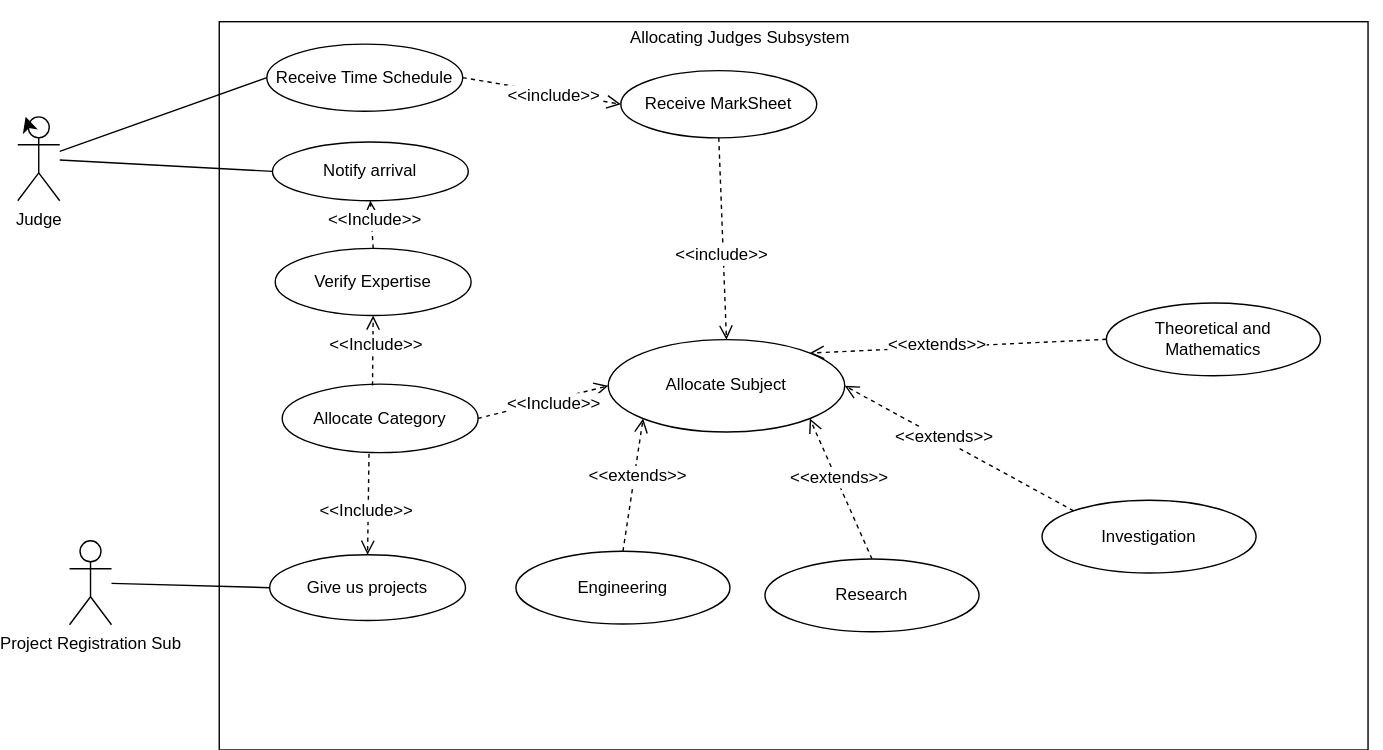
Earlier version of the draw.io export Untitled Diagram.drawio.svg (Sholo123/Sholo123). Source tidied: cells renumbered, new cells last; positions are measured from the earlier drawing's top-left corner, leaving out a move shared by most shapes. Its diagram source:
```xml
<mxGraphModel>
  <root>
    <mxCell id="0" />
    <mxCell id="1" parent="0" />
    <mxCell id="2" style="rounded=0;whiteSpace=wrap;html=1;" parent="1" vertex="1">
      <mxGeometry x="144" y="15" width="821" height="520.5" as="geometry" />
    </mxCell>
    <mxCell id="3" value="Allocating Judges Subsystem" style="text;html=1;align=center;verticalAlign=middle;whiteSpace=wrap;rounded=0;" parent="1" vertex="1">
      <mxGeometry x="413" width="207" height="54" as="geometry" />
    </mxCell>
    <mxCell id="4" value="Judge" style="shape=umlActor;verticalLabelPosition=bottom;verticalAlign=top;html=1;outlineConnect=0;" parent="1" vertex="1">
      <mxGeometry y="83" width="30" height="60" as="geometry" />
    </mxCell>
    <mxCell id="5" value="Notify arrival" style="ellipse;whiteSpace=wrap;html=1;" parent="1" vertex="1">
      <mxGeometry x="182" y="101" width="140" height="42" as="geometry" />
    </mxCell>
    <mxCell id="6" value="Verify Expertise" style="ellipse;whiteSpace=wrap;html=1;" parent="1" vertex="1">
      <mxGeometry x="184" y="177" width="140" height="48" as="geometry" />
    </mxCell>
    <mxCell id="7" style="edgeStyle=none;curved=1;rounded=0;orthogonalLoop=1;jettySize=auto;html=1;exitX=0.5;exitY=0;exitDx=0;exitDy=0;fontSize=12;startSize=8;endSize=8;" parent="1" edge="1" source="6" target="6">
      <mxGeometry relative="1" as="geometry" />
    </mxCell>
    <mxCell id="8" style="endArrow=open;html=1;rounded=0;fontSize=12;startSize=8;endSize=8;curved=1;endFill=0;dashed=1;exitX=0.5;exitY=0;exitDx=0;exitDy=0;entryX=0.5;entryY=1;entryDx=0;entryDy=0;" parent="1" edge="1" source="6" target="5">
      <mxGeometry relative="1" as="geometry" />
    </mxCell>
    <mxCell id="9" value="&amp;lt;&amp;lt;Include&amp;gt;&amp;gt;" style="edgeLabel;html=1;align=center;verticalAlign=middle;fontSize=12;" parent="8" vertex="1">
      <mxGeometry x="0.15" y="-2" relative="1" as="geometry" />
    </mxCell>
    <mxCell id="10" value="Engineering" style="ellipse;whiteSpace=wrap;html=1;" parent="1" vertex="1">
      <mxGeometry x="356" y="393.5" width="153" height="52" as="geometry" />
    </mxCell>
    <mxCell id="11" value="Allocate Category" style="ellipse;whiteSpace=wrap;html=1;" parent="1" vertex="1">
      <mxGeometry x="189" y="274" width="140" height="49" as="geometry" />
    </mxCell>
    <mxCell id="12" value="Allocate Subject" style="ellipse;whiteSpace=wrap;html=1;" parent="1" vertex="1">
      <mxGeometry x="422" y="242.2" width="169" height="66" as="geometry" />
    </mxCell>
    <mxCell id="13" style="endArrow=open;html=1;rounded=0;fontSize=12;startSize=8;endSize=8;curved=1;endFill=0;dashed=1;entryX=0.5;entryY=1;entryDx=0;entryDy=0;exitX=0.461;exitY=0.02;exitDx=0;exitDy=0;exitPerimeter=0;" parent="1" edge="1" source="11" target="6">
      <mxGeometry relative="1" as="geometry" />
    </mxCell>
    <mxCell id="14" value="&amp;lt;&amp;lt;Include&amp;gt;&amp;gt;" style="edgeLabel;html=1;align=center;verticalAlign=middle;fontSize=12;" parent="13" vertex="1">
      <mxGeometry x="0.15" y="-2" relative="1" as="geometry" />
    </mxCell>
    <mxCell id="15" value="Give us projects" style="ellipse;whiteSpace=wrap;html=1;" parent="1" vertex="1">
      <mxGeometry x="180" y="396" width="140" height="47" as="geometry" />
    </mxCell>
    <mxCell id="16" style="edgeStyle=none;curved=1;rounded=0;orthogonalLoop=1;jettySize=auto;html=1;exitX=1;exitY=0.5;exitDx=0;exitDy=0;fontSize=12;startSize=8;endSize=8;" parent="1" edge="1" source="2" target="2">
      <mxGeometry relative="1" as="geometry" />
    </mxCell>
    <mxCell id="17" value="Project Registration Sub" style="shape=umlActor;verticalLabelPosition=bottom;verticalAlign=top;html=1;outlineConnect=0;" parent="1" vertex="1">
      <mxGeometry x="37" y="386" width="30" height="60" as="geometry" />
    </mxCell>
    <mxCell id="18" style="endArrow=none;html=1;rounded=0;fontSize=12;startSize=8;endSize=8;curved=1;entryX=0;entryY=0.5;entryDx=0;entryDy=0;" parent="1" edge="1" source="17" target="15">
      <mxGeometry relative="1" as="geometry" />
    </mxCell>
    <mxCell id="19" style="endArrow=open;html=1;rounded=0;fontSize=12;startSize=8;endSize=8;curved=1;endFill=0;dashed=1;exitX=0.443;exitY=1.02;exitDx=0;exitDy=0;entryX=0.5;entryY=0;entryDx=0;entryDy=0;exitPerimeter=0;" parent="1" edge="1" source="11" target="15">
      <mxGeometry relative="1" as="geometry" />
    </mxCell>
    <mxCell id="20" value="&amp;lt;&amp;lt;Include&amp;gt;&amp;gt;" style="edgeLabel;html=1;align=center;verticalAlign=middle;fontSize=12;" parent="19" vertex="1">
      <mxGeometry x="0.15" y="-2" relative="1" as="geometry" />
    </mxCell>
    <mxCell id="21" style="endArrow=none;html=1;rounded=0;fontSize=12;startSize=8;endSize=8;curved=1;entryX=0;entryY=0.5;entryDx=0;entryDy=0;" parent="1" edge="1" source="4" target="5">
      <mxGeometry relative="1" as="geometry" />
    </mxCell>
    <mxCell id="22" style="endArrow=open;html=1;rounded=0;fontSize=12;startSize=8;endSize=8;curved=1;endFill=0;dashed=1;entryX=0;entryY=0.5;entryDx=0;entryDy=0;exitX=1;exitY=0.5;exitDx=0;exitDy=0;" parent="1" edge="1" source="11" target="12">
      <mxGeometry relative="1" as="geometry" />
    </mxCell>
    <mxCell id="23" value="&amp;lt;&amp;lt;Include&amp;gt;&amp;gt;" style="edgeLabel;html=1;align=center;verticalAlign=middle;fontSize=12;" parent="22" vertex="1">
      <mxGeometry x="0.15" y="-2" relative="1" as="geometry" />
    </mxCell>
    <mxCell id="24" value="Investigation" style="ellipse;whiteSpace=wrap;html=1;" parent="1" vertex="1">
      <mxGeometry x="732" y="357" width="153" height="52" as="geometry" />
    </mxCell>
    <mxCell id="25" value="Research" style="ellipse;whiteSpace=wrap;html=1;" parent="1" vertex="1">
      <mxGeometry x="534" y="399" width="153" height="52" as="geometry" />
    </mxCell>
    <mxCell id="26" value="Theoretical and Mathematics" style="ellipse;whiteSpace=wrap;html=1;" parent="1" vertex="1">
      <mxGeometry x="778" y="216" width="153" height="52" as="geometry" />
    </mxCell>
    <mxCell id="27" style="endArrow=open;html=1;rounded=0;fontSize=12;startSize=8;endSize=8;curved=1;endFill=0;dashed=1;exitX=0;exitY=0.5;exitDx=0;exitDy=0;entryX=1;entryY=0;entryDx=0;entryDy=0;" parent="1" edge="1" source="26" target="12">
      <mxGeometry relative="1" as="geometry" />
    </mxCell>
    <mxCell id="28" value="&amp;lt;&amp;lt;extends&amp;gt;&amp;gt;" style="edgeLabel;html=1;align=center;verticalAlign=middle;fontSize=12;" parent="27" vertex="1">
      <mxGeometry x="0.15" y="-2" relative="1" as="geometry" />
    </mxCell>
    <mxCell id="29" style="endArrow=open;html=1;rounded=0;fontSize=12;startSize=8;endSize=8;curved=1;endFill=0;dashed=1;entryX=1;entryY=0.5;entryDx=0;entryDy=0;exitX=0;exitY=0;exitDx=0;exitDy=0;" parent="1" edge="1" source="24" target="12">
      <mxGeometry relative="1" as="geometry" />
    </mxCell>
    <mxCell id="30" value="&amp;lt;&amp;lt;extends&amp;gt;&amp;gt;" style="edgeLabel;html=1;align=center;verticalAlign=middle;fontSize=12;" parent="29" vertex="1">
      <mxGeometry x="0.15" y="-2" relative="1" as="geometry" />
    </mxCell>
    <mxCell id="31" style="endArrow=open;html=1;rounded=0;fontSize=12;startSize=8;endSize=8;curved=1;endFill=0;dashed=1;entryX=1;entryY=1;entryDx=0;entryDy=0;exitX=0.5;exitY=0;exitDx=0;exitDy=0;" parent="1" edge="1" source="25" target="12">
      <mxGeometry relative="1" as="geometry" />
    </mxCell>
    <mxCell id="32" value="&amp;lt;&amp;lt;extends&amp;gt;&amp;gt;" style="edgeLabel;html=1;align=center;verticalAlign=middle;fontSize=12;" parent="31" vertex="1">
      <mxGeometry x="0.15" y="-2" relative="1" as="geometry" />
    </mxCell>
    <mxCell id="33" style="endArrow=open;html=1;rounded=0;fontSize=12;startSize=8;endSize=8;curved=1;endFill=0;dashed=1;entryX=0;entryY=1;entryDx=0;entryDy=0;exitX=0.5;exitY=0;exitDx=0;exitDy=0;" parent="1" edge="1" source="10" target="12">
      <mxGeometry relative="1" as="geometry" />
    </mxCell>
    <mxCell id="34" value="&amp;lt;&amp;lt;extends&amp;gt;&amp;gt;" style="edgeLabel;html=1;align=center;verticalAlign=middle;fontSize=12;" parent="33" vertex="1">
      <mxGeometry x="0.15" y="-2" relative="1" as="geometry" />
    </mxCell>
    <mxCell id="35" value="Receive MarkSheet" style="ellipse;whiteSpace=wrap;html=1;" parent="1" vertex="1">
      <mxGeometry x="431" y="50" width="140" height="48" as="geometry" />
    </mxCell>
    <mxCell id="36" style="endArrow=open;html=1;rounded=0;fontSize=12;startSize=8;endSize=8;curved=1;endFill=0;dashed=1;entryX=0.5;entryY=0;entryDx=0;entryDy=0;exitX=0.5;exitY=1;exitDx=0;exitDy=0;" parent="1" edge="1" source="35" target="12">
      <mxGeometry relative="1" as="geometry" />
    </mxCell>
    <mxCell id="37" value="&amp;lt;&amp;lt;include&amp;gt;&amp;gt;" style="edgeLabel;html=1;align=center;verticalAlign=middle;fontSize=12;" parent="36" vertex="1">
      <mxGeometry x="0.15" y="-2" relative="1" as="geometry" />
    </mxCell>
    <mxCell id="38" value="Receive Time Schedule" style="ellipse;whiteSpace=wrap;html=1;" parent="1" vertex="1">
      <mxGeometry x="178" y="31" width="140" height="48" as="geometry" />
    </mxCell>
    <mxCell id="39" style="endArrow=open;html=1;rounded=0;fontSize=12;startSize=8;endSize=8;curved=1;endFill=0;dashed=1;entryX=0;entryY=0.5;entryDx=0;entryDy=0;exitX=1;exitY=0.5;exitDx=0;exitDy=0;" parent="1" edge="1" source="38" target="35">
      <mxGeometry relative="1" as="geometry" />
    </mxCell>
    <mxCell id="40" value="&amp;lt;&amp;lt;include&amp;gt;&amp;gt;" style="edgeLabel;html=1;align=center;verticalAlign=middle;fontSize=12;" parent="39" vertex="1">
      <mxGeometry x="0.15" y="-2" relative="1" as="geometry" />
    </mxCell>
    <mxCell id="41" style="endArrow=none;html=1;rounded=0;fontSize=12;startSize=8;endSize=8;curved=1;entryX=0;entryY=0.5;entryDx=0;entryDy=0;" parent="1" edge="1" source="4" target="38">
      <mxGeometry relative="1" as="geometry" />
    </mxCell>
    <mxCell id="42" style="edgeStyle=none;curved=1;rounded=0;orthogonalLoop=1;jettySize=auto;html=1;exitX=0.25;exitY=0.1;exitDx=0;exitDy=0;exitPerimeter=0;fontSize=12;startSize=8;endSize=8;" parent="1" edge="1" source="4" target="4">
      <mxGeometry relative="1" as="geometry" />
    </mxCell>
  </root>
</mxGraphModel>
```
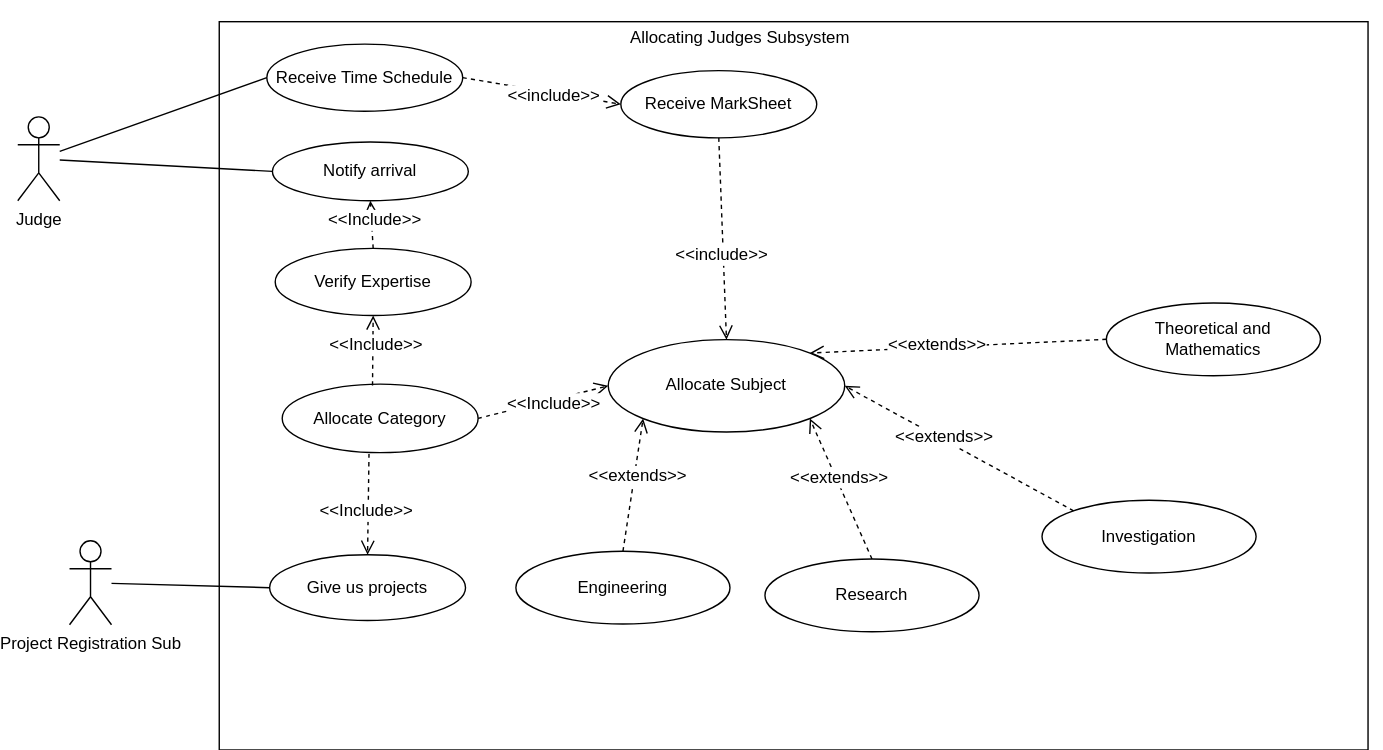
The same file after the commit.

Change to the diagram source:
```diff
@@ -122,8 +122,5 @@
     <mxCell id="41" style="endArrow=none;html=1;rounded=0;fontSize=12;startSize=8;endSize=8;curved=1;entryX=0;entryY=0.5;entryDx=0;entryDy=0;" parent="1" edge="1" source="4" target="38">
       <mxGeometry relative="1" as="geometry" />
     </mxCell>
-    <mxCell id="42" style="edgeStyle=none;curved=1;rounded=0;orthogonalLoop=1;jettySize=auto;html=1;exitX=0.25;exitY=0.1;exitDx=0;exitDy=0;exitPerimeter=0;fontSize=12;startSize=8;endSize=8;" parent="1" edge="1" source="4" target="4">
-      <mxGeometry relative="1" as="geometry" />
-    </mxCell>
   </root>
 </mxGraphModel>
```
